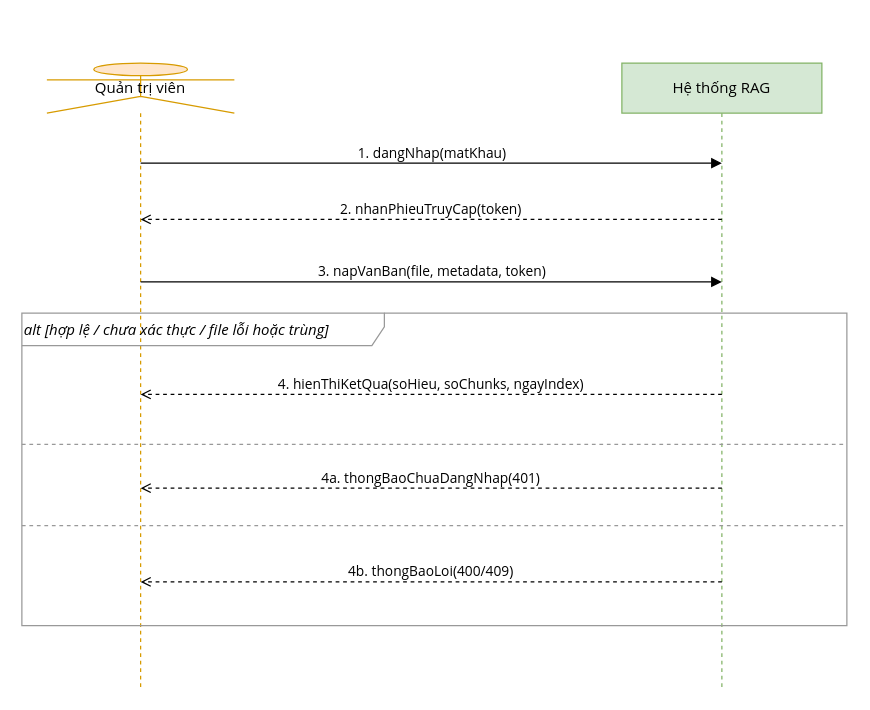
Above: docs/design/diagrams/17-ssd-napvanban.drawio in NPhamDoan/RAG_LuatGT (draw.io), before the change. Source tidied: cells renumbered, new cells numbered last; positions are measured from the earlier drawing's top-left corner, leaving out a move shared by most shapes. Both pictures are drawn from the tidied source at 125%, with x=0, y=0 at pixel (21, 62).
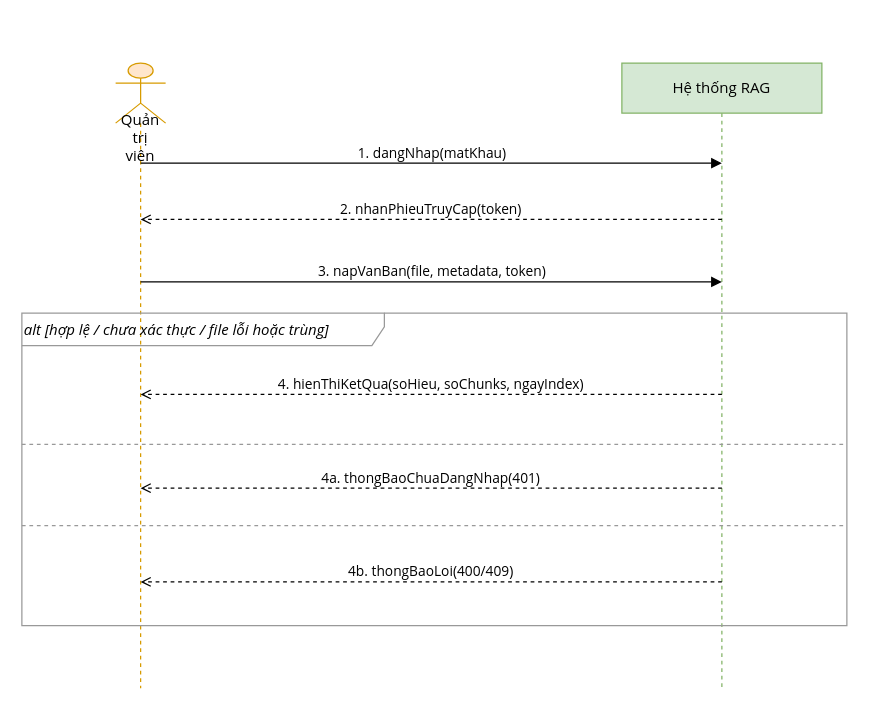
The same page after the edit.

What changed in the source:
```diff
@@
-    <mxCell id="2" value="Quản trị viên" style="shape=umlLifeline;participant=umlActor;perimeter=lifelinePerimeter;whiteSpace=wrap;html=1;fillColor=#ffe6cc;strokeColor=#d79b00;fontFamily=Segoe UI;" parent="1" vertex="1">
-      <mxGeometry x="20" width="150" height="500" as="geometry" />
+    <mxCell id="2" value="&lt;div&gt;&lt;br&gt;&lt;/div&gt;&lt;div&gt;&lt;br&gt;&lt;/div&gt;&lt;div&gt;&lt;br&gt;&lt;/div&gt;&lt;div&gt;&lt;br&gt;&lt;/div&gt;&lt;div&gt;&lt;br&gt;&lt;/div&gt;Quản trị viên" style="shape=umlLifeline;participant=umlActor;perimeter=lifelinePerimeter;whiteSpace=wrap;html=1;fillColor=#ffe6cc;strokeColor=#d79b00;fontFamily=Segoe UI;size=48;" parent="1" vertex="1">
+      <mxGeometry x="75" width="40" height="500" as="geometry" />
     </mxCell>
```
